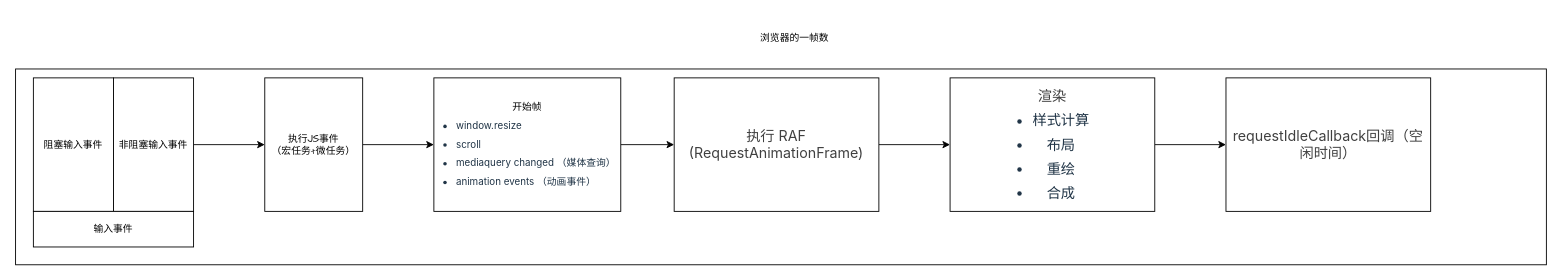
Before: life of a frame.drawio in StoryKing123/draw-io, a draw.io diagram. Source tidied: cells renumbered, new cells numbered last; positions are measured from the earlier drawing's top-left corner, leaving out a move shared by most shapes. Both pictures are drawn from the tidied source at 89%, with x=0, y=0 at pixel (15, 24).
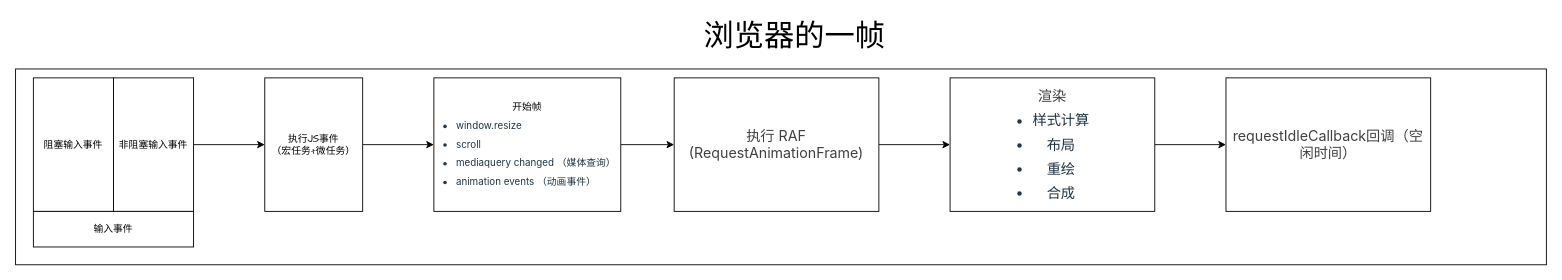
The same page after the edit.

What changed in the source:
```diff
@@
 <mxGraphModel>
   <root>
     <mxCell id="0" />
     <mxCell id="1" parent="0" />
     <mxCell id="2" style="rounded=0;whiteSpace=wrap;html=1;gradientColor=none;fontSize=11;" parent="1" vertex="1">
       <mxGeometry y="50" width="1720" height="220" as="geometry" />
     </mxCell>
-    <mxCell id="3" value="浏览器的一帧数" style="text;html=1;align=center;verticalAlign=middle;strokeColor=none;fillColor=none;fontSize=11;fontFamily=Architects Daughter;rounded=0;" parent="1" vertex="1">
-      <mxGeometry x="820" width="110" height="30" as="geometry" />
+    <mxCell id="3" value="浏览器的一帧" style="text;html=1;align=center;verticalAlign=middle;strokeColor=none;fillColor=none;fontSize=34;fontFamily=Architects Daughter;rounded=0;" parent="1" vertex="1">
+      <mxGeometry x="760" y="-10" width="230" height="50" as="geometry" />
     </mxCell>
     <mxCell id="4" value="阻塞输入事件" style="rounded=0;whiteSpace=wrap;html=1;hachureGap=4;jiggle=2;fontFamily=Architects Daughter;fontSize=11;" parent="1" vertex="1">
       <mxGeometry x="20" y="60" width="90" height="150" as="geometry" />
     </mxCell>
     <mxCell id="5" style="edgeStyle=orthogonalEdgeStyle;jettySize=auto;html=1;fontSize=11;" parent="1" edge="1" source="6" target="9">
       <mxGeometry relative="1" as="geometry" />
     </mxCell>
     <mxCell id="6" value="非阻塞输入事件" style="rounded=0;whiteSpace=wrap;html=1;hachureGap=4;jiggle=2;fontFamily=Architects Daughter;fontSize=11;" parent="1" vertex="1">
       <mxGeometry x="110" y="60" width="90" height="150" as="geometry" />
     </mxCell>
     <mxCell id="7" value="输入事件" style="rounded=0;whiteSpace=wrap;html=1;fontSize=11;" parent="1" vertex="1">
       <mxGeometry x="20" y="210" width="180" height="40" as="geometry" />
     </mxCell>
     <mxCell id="8" style="edgeStyle=orthogonalEdgeStyle;jettySize=auto;html=1;fontSize=11;" parent="1" edge="1" source="9" target="11">
       <mxGeometry relative="1" as="geometry" />
     </mxCell>
     <mxCell id="9" value="执行JS事件&lt;br&gt;（宏任务+微任务）" style="rounded=0;whiteSpace=wrap;html=1;hachureGap=4;jiggle=2;fontFamily=Architects Daughter;fontSize=11;" parent="1" vertex="1">
       <mxGeometry x="280" y="60" width="110" height="150" as="geometry" />
     </mxCell>
     <mxCell id="10" style="edgeStyle=orthogonalEdgeStyle;jettySize=auto;html=1;fontSize=11;" parent="1" edge="1" source="11" target="13">
       <mxGeometry relative="1" as="geometry" />
     </mxCell>
     <mxCell id="11" value="&lt;font style=&quot;font-size: 11px;&quot;&gt;开始帧&lt;br style=&quot;font-size: 11px;&quot;&gt;&lt;/font&gt;&lt;ul style=&quot;box-sizing: border-box; list-style-position: initial; list-style-image: initial; margin: 8px 0px 0px; padding: 0px 0px 0px 1.25rem; color: rgb(33, 53, 71); font-family: &amp;quot;Inter var experimental&amp;quot;, &amp;quot;Inter var&amp;quot;, -apple-system, &amp;quot;system-ui&amp;quot;, &amp;quot;Segoe UI&amp;quot;, Roboto, Oxygen, Ubuntu, Cantarell, &amp;quot;Fira Sans&amp;quot;, &amp;quot;Droid Sans&amp;quot;, &amp;quot;Helvetica Neue&amp;quot;, sans-serif; text-align: left; background-color: rgb(255, 255, 255); font-size: 11px;&quot;&gt;&lt;li style=&quot;box-sizing: border-box; font-size: 11px;&quot;&gt;&lt;font style=&quot;font-size: 11px;&quot;&gt;window.resize&lt;/font&gt;&lt;/li&gt;&lt;li style=&quot;box-sizing: border-box; margin-top: 8px; font-size: 11px;&quot;&gt;&lt;font style=&quot;font-size: 11px;&quot;&gt;scroll&lt;/font&gt;&lt;/li&gt;&lt;li style=&quot;box-sizing: border-box; margin-top: 8px; font-size: 11px;&quot;&gt;&lt;font style=&quot;font-size: 11px;&quot;&gt;mediaquery changed （媒体查询）&lt;/font&gt;&lt;/li&gt;&lt;li style=&quot;box-sizing: border-box; margin-top: 8px; font-size: 11px;&quot;&gt;&lt;font style=&quot;font-size: 11px;&quot;&gt;animation events （动画事件）&lt;/font&gt;&lt;/li&gt;&lt;/ul&gt;" style="rounded=0;whiteSpace=wrap;html=1;hachureGap=4;jiggle=2;fontFamily=Architects Daughter;fontSize=11;" parent="1" vertex="1">
       <mxGeometry x="470" y="60" width="210" height="150" as="geometry" />
     </mxCell>
     <mxCell id="12" style="edgeStyle=orthogonalEdgeStyle;jettySize=auto;html=1;fontSize=11;" parent="1" edge="1" source="13" target="15">
       <mxGeometry relative="1" as="geometry" />
     </mxCell>
     <mxCell id="13" value="&lt;span style=&quot;color: rgb(64, 64, 64); font-family: -apple-system, &amp;quot;system-ui&amp;quot;, &amp;quot;Apple Color Emoji&amp;quot;, &amp;quot;Segoe UI Emoji&amp;quot;, &amp;quot;Segoe UI Symbol&amp;quot;, &amp;quot;Segoe UI&amp;quot;, &amp;quot;PingFang SC&amp;quot;, &amp;quot;Hiragino Sans GB&amp;quot;, &amp;quot;Microsoft YaHei&amp;quot;, &amp;quot;Helvetica Neue&amp;quot;, Helvetica, Arial, sans-serif; font-size: 16px; text-align: start; background-color: rgb(255, 255, 255);&quot;&gt;执行 RAF (RequestAnimationFrame)&lt;/span&gt;" style="whiteSpace=wrap;html=1;fontSize=11;fontFamily=Architects Daughter;rounded=0;hachureGap=4;jiggle=2;" parent="1" vertex="1">
       <mxGeometry x="740" y="60" width="230" height="150" as="geometry" />
     </mxCell>
     <mxCell id="14" style="edgeStyle=orthogonalEdgeStyle;jettySize=auto;html=1;fontSize=11;" parent="1" edge="1" source="15" target="16">
       <mxGeometry relative="1" as="geometry" />
     </mxCell>
     <mxCell id="15" value="&lt;div style=&quot;&quot;&gt;&lt;font face=&quot;-apple-system, system-ui, Apple Color Emoji, Segoe UI Emoji, Segoe UI Symbol, Segoe UI, PingFang SC, Hiragino Sans GB, Microsoft YaHei, Helvetica Neue, Helvetica, Arial, sans-serif&quot; color=&quot;#404040&quot;&gt;&lt;span style=&quot;font-size: 16px; background-color: rgb(255, 255, 255);&quot;&gt;渲染&lt;/span&gt;&lt;/font&gt;&lt;/div&gt;&lt;div style=&quot;&quot;&gt;&lt;ul style=&quot;box-sizing: border-box; list-style-position: initial; list-style-image: initial; margin: 8px 0px 0px; padding: 0px 0px 0px 1.25rem; color: rgb(33, 53, 71); font-family: &amp;quot;Inter var experimental&amp;quot;, &amp;quot;Inter var&amp;quot;, -apple-system, &amp;quot;system-ui&amp;quot;, &amp;quot;Segoe UI&amp;quot;, Roboto, Oxygen, Ubuntu, Cantarell, &amp;quot;Fira Sans&amp;quot;, &amp;quot;Droid Sans&amp;quot;, &amp;quot;Helvetica Neue&amp;quot;, sans-serif; font-size: 16px; background-color: rgb(255, 255, 255);&quot;&gt;&lt;li style=&quot;box-sizing: border-box;&quot;&gt;样式计算&lt;/li&gt;&lt;li style=&quot;box-sizing: border-box; margin-top: 8px;&quot;&gt;布局&lt;/li&gt;&lt;li style=&quot;box-sizing: border-box; margin-top: 8px;&quot;&gt;重绘&lt;/li&gt;&lt;li style=&quot;box-sizing: border-box; margin-top: 8px;&quot;&gt;合成&lt;/li&gt;&lt;/ul&gt;&lt;/div&gt;" style="whiteSpace=wrap;html=1;fontSize=11;fontFamily=Architects Daughter;rounded=0;hachureGap=4;jiggle=2;spacing=3;align=center;" parent="1" vertex="1">
       <mxGeometry x="1050" y="60" width="230" height="150" as="geometry" />
     </mxCell>
     <mxCell id="16" value="&lt;div style=&quot;&quot;&gt;&lt;font face=&quot;-apple-system, system-ui, Apple Color Emoji, Segoe UI Emoji, Segoe UI Symbol, Segoe UI, PingFang SC, Hiragino Sans GB, Microsoft YaHei, Helvetica Neue, Helvetica, Arial, sans-serif&quot; color=&quot;#404040&quot;&gt;&lt;span style=&quot;font-size: 16px; background-color: rgb(255, 255, 255);&quot;&gt;requestIdleCallback回调（空闲时间）&lt;/span&gt;&lt;/font&gt;&lt;br&gt;&lt;/div&gt;" style="whiteSpace=wrap;html=1;fontSize=11;fontFamily=Architects Daughter;rounded=0;hachureGap=4;jiggle=2;spacingLeft=0;align=center;spacing=5;" parent="1" vertex="1">
       <mxGeometry x="1360" y="60" width="230" height="150" as="geometry" />
     </mxCell>
   </root>
 </mxGraphModel>
```
